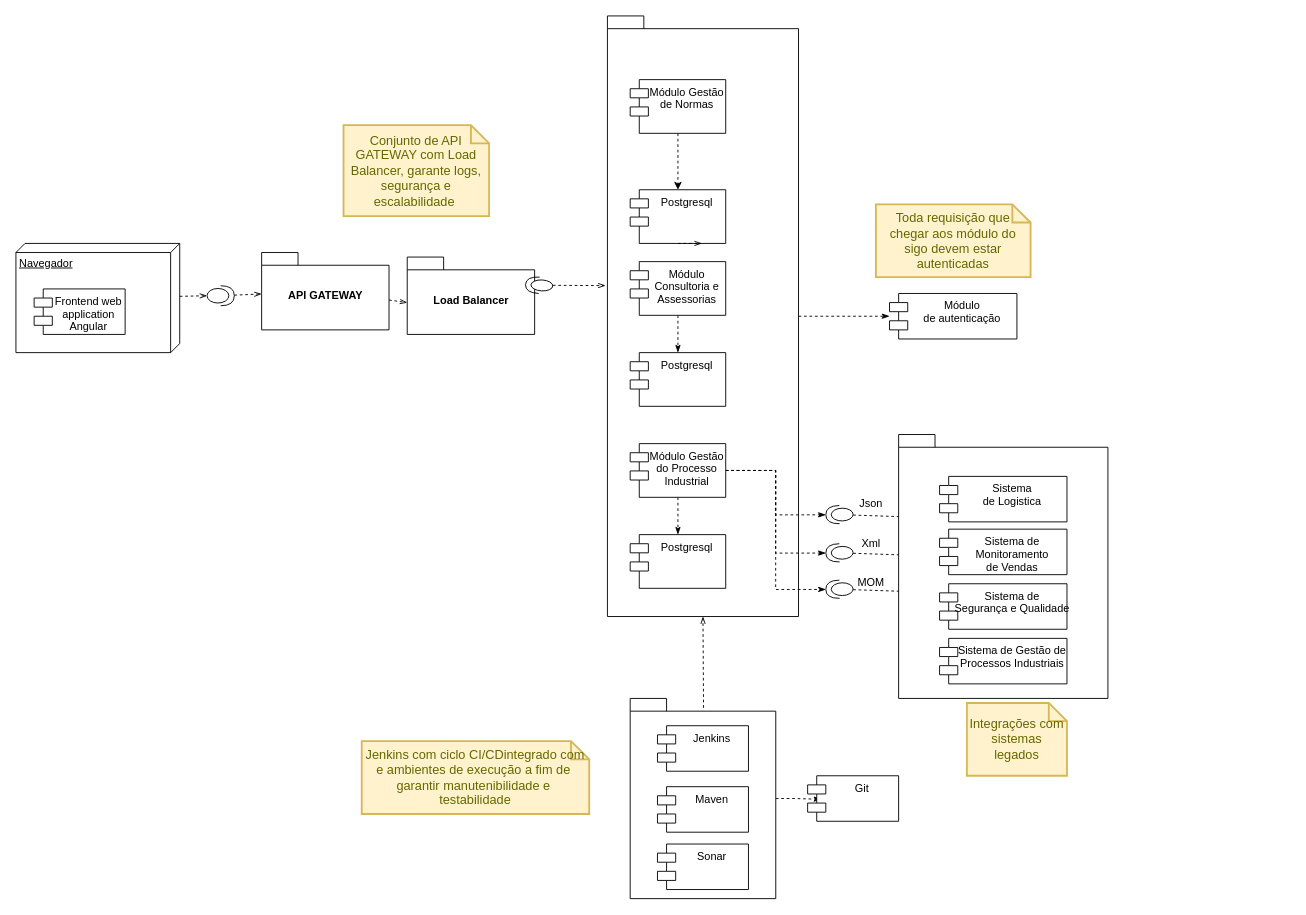
thallysfreed/arquitetura keeps this draw.io diagram as Diagrama de Componentes.drawio. Above is the earlier version. Source tidied: cells renumbered, new cells numbered last; positions are measured from the earlier drawing's top-left corner, leaving out a move shared by most shapes. Both pictures are drawn from the tidied source at 91%, with x=0, y=0 at pixel (15, 15).
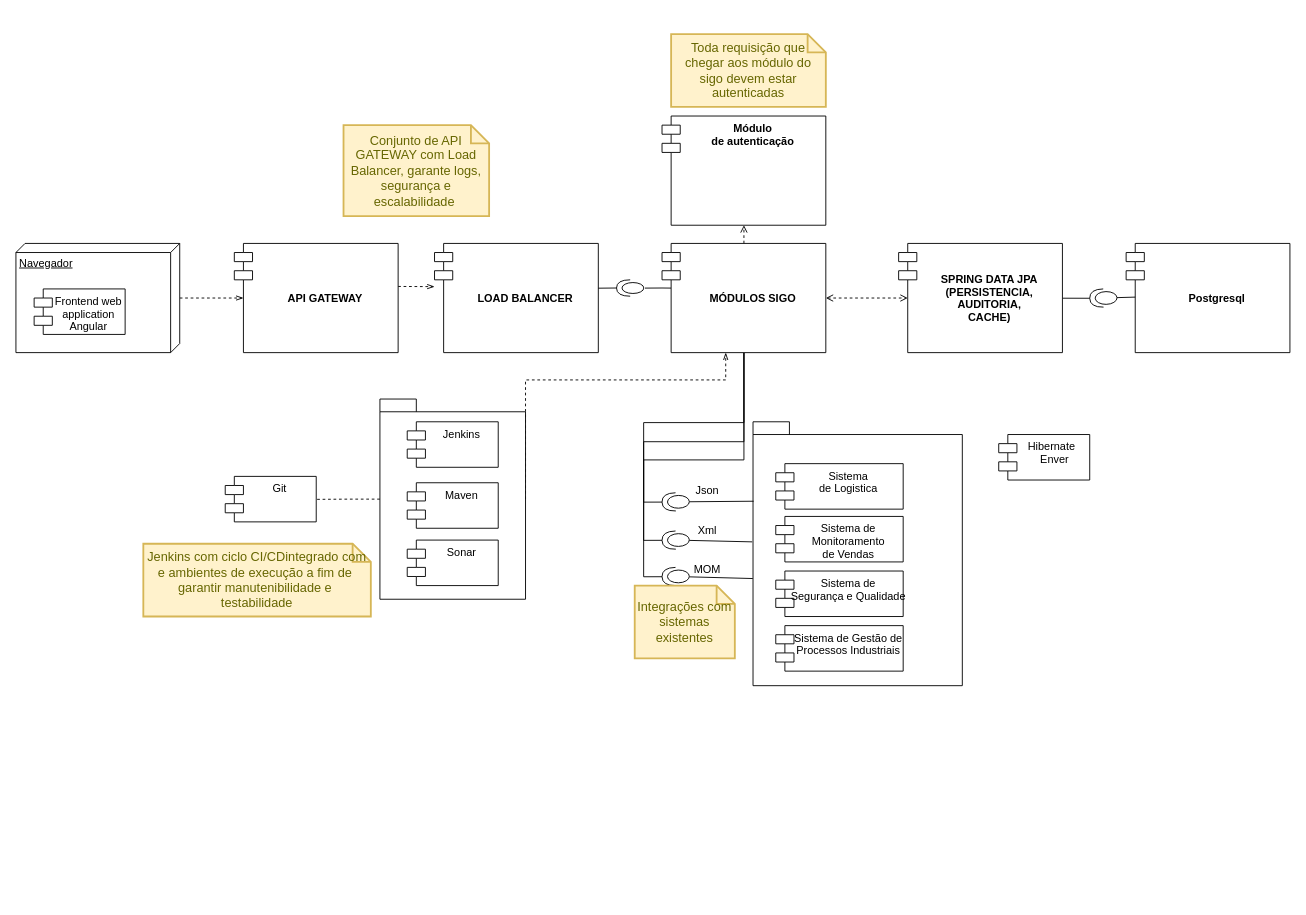
The same diagram, later.

Unchanged cells that the change refers to:
```xml
<mxCell id="4" value="Navegador" style="verticalAlign=top;align=left;spacingTop=8;spacingLeft=2;spacingRight=12;shape=cube;size=10;direction=south;fontStyle=4;html=1;" parent="1" vertex="1">
  <mxGeometry y="250" width="180" height="120" as="geometry" />
</mxCell>
```

Change to the diagram source:
```diff
@@
-    <mxCell id="3" style="edgeStyle=none;rounded=0;jettySize=auto;html=1;entryX=0;entryY=0.5;entryDx=0;entryDy=0;entryPerimeter=0;dashed=1;startArrow=none;startFill=0;endArrow=openThin;endFill=0;" parent="1" edge="1" source="4" target="54">
+    <mxCell id="3" style="edgeStyle=none;rounded=0;jettySize=auto;html=1;entryX=0;entryY=0.5;entryDx=10;entryDy=0;entryPerimeter=0;dashed=1;startArrow=none;startFill=0;endArrow=openThin;endFill=0;" parent="1" edge="1" source="4" target="52">
       <mxGeometry relative="1" as="geometry" />
     </mxCell>
@@
-    <mxCell id="7" value="Módulo &#10;de autenticação" style="shape=module;align=left;spacingLeft=20;align=center;verticalAlign=top;" parent="1" vertex="1">
-      <mxGeometry x="960" y="305" width="140" height="50" as="geometry" />
+    <mxCell id="7" value="Módulo &#10;de autenticação" style="shape=module;align=left;spacingLeft=20;align=center;verticalAlign=top;fontStyle=1;" parent="1" vertex="1">
+      <mxGeometry x="710" y="110" width="180" height="120" as="geometry" />
     </mxCell>
@@
-    <mxCell id="9" style="edgeStyle=none;rounded=0;jettySize=auto;html=1;entryX=0.5;entryY=1;entryDx=0;entryDy=0;entryPerimeter=0;dashed=1;startArrow=none;startFill=0;endArrow=openThin;endFill=0;exitX=0.504;exitY=0.047;exitDx=0;exitDy=0;exitPerimeter=0;" parent="1" edge="1" source="10" target="27">
-      <mxGeometry relative="1" as="geometry" />
+    <mxCell id="9" style="edgeStyle=orthogonalEdgeStyle;rounded=0;jettySize=auto;html=1;dashed=1;startArrow=none;startFill=0;endArrow=openThin;endFill=0;" parent="1" edge="1" target="29">
+      <mxGeometry relative="1" as="geometry">
+        <mxPoint x="560" y="531" as="sourcePoint" />
+        <Array as="points">
+          <mxPoint x="560" y="400" />
+          <mxPoint x="780" y="400" />
+        </Array>
+      </mxGeometry>
     </mxCell>
     <mxCell id="10" style="shape=folder;fontStyle=1;spacingTop=10;tabWidth=40;tabHeight=14;tabPosition=left;html=1;" parent="1" vertex="1">
-      <mxGeometry x="675" y="750" width="160" height="220" as="geometry" />
+      <mxGeometry x="400" y="421" width="160" height="220" as="geometry" />
     </mxCell>
     <mxCell id="11" value="Jenkins&#10;" style="shape=module;align=left;spacingLeft=20;align=center;verticalAlign=top;" parent="1" vertex="1">
-      <mxGeometry x="705" y="780" width="100" height="50" as="geometry" />
+      <mxGeometry x="430" y="446" width="100" height="50" as="geometry" />
     </mxCell>
     <mxCell id="12" value="Maven" style="shape=module;align=left;spacingLeft=20;align=center;verticalAlign=top;" parent="1" vertex="1">
-      <mxGeometry x="705" y="847" width="100" height="50" as="geometry" />
+      <mxGeometry x="430" y="513" width="100" height="50" as="geometry" />
     </mxCell>
     <mxCell id="13" value="Sonar" style="shape=module;align=left;spacingLeft=20;align=center;verticalAlign=top;" parent="1" vertex="1">
-      <mxGeometry x="705" y="910" width="100" height="50" as="geometry" />
+      <mxGeometry x="430" y="576" width="100" height="50" as="geometry" />
     </mxCell>
     <mxCell id="14" value="Git" style="shape=module;align=left;spacingLeft=20;align=center;verticalAlign=top;" parent="1" vertex="1">
-      <mxGeometry x="870" y="835" width="100" height="50" as="geometry" />
+      <mxGeometry x="230" y="506" width="100" height="50" as="geometry" />
     </mxCell>
     <mxCell id="15" style="shape=folder;fontStyle=1;spacingTop=10;tabWidth=40;tabHeight=14;tabPosition=left;html=1;" parent="1" vertex="1">
-      <mxGeometry x="970" y="460" width="230" height="290" as="geometry" />
+      <mxGeometry x="810" y="446" width="230" height="290" as="geometry" />
     </mxCell>
     <mxCell id="16" value="Sistema &#10;de Logistica" style="shape=module;align=left;spacingLeft=20;align=center;verticalAlign=top;" parent="1" vertex="1">
-      <mxGeometry x="1015" y="506" width="140" height="50" as="geometry" />
+      <mxGeometry x="835" y="492" width="140" height="50" as="geometry" />
     </mxCell>
     <mxCell id="17" value="Sistema de &#10;Monitoramento &#10;de Vendas" style="shape=module;align=left;spacingLeft=20;align=center;verticalAlign=top;" parent="1" vertex="1">
-      <mxGeometry x="1015" y="564" width="140" height="50" as="geometry" />
+      <mxGeometry x="835" y="550" width="140" height="50" as="geometry" />
     </mxCell>
     <mxCell id="18" value="Sistema de &#10;Segurança e Qualidade" style="shape=module;align=left;spacingLeft=20;align=center;verticalAlign=top;" parent="1" vertex="1">
-      <mxGeometry x="1015" y="624" width="140" height="50" as="geometry" />
+      <mxGeometry x="835" y="610" width="140" height="50" as="geometry" />
     </mxCell>
     <mxCell id="19" value="Sistema de Gestão de&#10;Processos Industriais&#10;" style="shape=module;align=left;spacingLeft=20;align=center;verticalAlign=top;" parent="1" vertex="1">
-      <mxGeometry x="1015" y="684" width="140" height="50" as="geometry" />
+      <mxGeometry x="835" y="670" width="140" height="50" as="geometry" />
     </mxCell>
-    <mxCell id="20" style="rounded=0;jettySize=auto;html=1;dashed=1;startArrow=none;startFill=0;endArrow=none;endFill=0;" parent="1" edge="1" source="21">
-      <mxGeometry relative="1" as="geometry">
-        <mxPoint x="970" y="550.2" as="targetPoint" />
-      </mxGeometry>
+    <mxCell id="20" style="rounded=0;jettySize=auto;html=1;startArrow=none;startFill=0;endArrow=none;endFill=0;entryX=0.003;entryY=0.301;entryDx=0;entryDy=0;entryPerimeter=0;" parent="1" edge="1" source="21" target="15">
+      <mxGeometry relative="1" as="geometry" />
     </mxCell>
     <mxCell id="21" style="shape=providedRequiredInterface;html=1;verticalLabelPosition=bottom;rotation=-1;direction=west;" parent="1" vertex="1">
-      <mxGeometry x="890" y="538" width="30" height="20" as="geometry" />
+      <mxGeometry x="710" y="524" width="30" height="20" as="geometry" />
     </mxCell>
-    <mxCell id="22" style="rounded=0;jettySize=auto;html=1;dashed=1;startArrow=none;startFill=0;endArrow=none;endFill=0;" parent="1" edge="1" source="23">
-      <mxGeometry relative="1" as="geometry">
-        <mxPoint x="970" y="592.2" as="targetPoint" />
-      </mxGeometry>
+    <mxCell id="22" style="rounded=0;jettySize=auto;html=1;startArrow=none;startFill=0;endArrow=none;endFill=0;entryX=-0.004;entryY=0.455;entryDx=0;entryDy=0;entryPerimeter=0;" parent="1" edge="1" source="23" target="15">
+      <mxGeometry relative="1" as="geometry" />
     </mxCell>
     <mxCell id="23" style="shape=providedRequiredInterface;html=1;verticalLabelPosition=bottom;rotation=-1;direction=west;" parent="1" vertex="1">
-      <mxGeometry x="890" y="580" width="30" height="20" as="geometry" />
+      <mxGeometry x="710" y="566" width="30" height="20" as="geometry" />
     </mxCell>
-    <mxCell id="24" style="rounded=0;jettySize=auto;html=1;dashed=1;startArrow=none;startFill=0;endArrow=none;endFill=0;" parent="1" edge="1" source="25">
-      <mxGeometry relative="1" as="geometry">
-        <mxPoint x="970" y="632.2" as="targetPoint" />
-      </mxGeometry>
+    <mxCell id="24" style="rounded=0;jettySize=auto;html=1;startArrow=none;startFill=0;endArrow=none;endFill=0;entryX=-0.001;entryY=0.594;entryDx=0;entryDy=0;entryPerimeter=0;" parent="1" edge="1" source="25" target="15">
+      <mxGeometry relative="1" as="geometry" />
     </mxCell>
     <mxCell id="25" style="shape=providedRequiredInterface;html=1;verticalLabelPosition=bottom;rotation=-1;direction=west;" parent="1" vertex="1">
-      <mxGeometry x="890" y="620" width="30" height="20" as="geometry" />
+      <mxGeometry x="710" y="606" width="30" height="20" as="geometry" />
     </mxCell>
-    <mxCell id="26" style="rounded=0;jettySize=auto;html=1;dashed=1;startArrow=none;startFill=0;endArrow=classicThin;endFill=1;" parent="1" edge="1" source="27" target="7">
-      <mxGeometry relative="1" as="geometry" />
-    </mxCell>
-    <mxCell id="27" style="shape=folder;fontStyle=1;spacingTop=10;tabWidth=40;tabHeight=14;tabPosition=left;html=1;" parent="1" vertex="1">
-      <mxGeometry x="650" width="210" height="660" as="geometry" />
-    </mxCell>
-    <mxCell id="28" style="edgeStyle=orthogonalEdgeStyle;rounded=0;jettySize=auto;html=1;dashed=1;" parent="1" edge="1" source="29" target="37">
-      <mxGeometry relative="1" as="geometry" />
-    </mxCell>
+    <mxCell id="57" style="edgeStyle=orthogonalEdgeStyle;rounded=0;jettySize=auto;html=1;entryX=1;entryY=0.5;entryDx=0;entryDy=0;entryPerimeter=0;startArrow=none;startFill=0;endArrow=none;endFill=0;" parent="1" edge="1" source="29" target="21">
+      <mxGeometry relative="1" as="geometry" />
+    </mxCell>
+    <mxCell id="58" style="edgeStyle=orthogonalEdgeStyle;rounded=0;jettySize=auto;html=1;entryX=1;entryY=0.5;entryDx=0;entryDy=0;entryPerimeter=0;startArrow=none;startFill=0;endArrow=none;endFill=0;" parent="1" edge="1" source="29" target="23">
+      <mxGeometry relative="1" as="geometry" />
+    </mxCell>
+    <mxCell id="59" style="edgeStyle=orthogonalEdgeStyle;rounded=0;jettySize=auto;html=1;entryX=1;entryY=0.5;entryDx=0;entryDy=0;entryPerimeter=0;startArrow=none;startFill=0;endArrow=none;endFill=0;" parent="1" edge="1" source="29" target="25">
+      <mxGeometry relative="1" as="geometry" />
+    </mxCell>
+    <mxCell id="60" style="rounded=0;orthogonalLoop=1;jettySize=auto;html=1;entryX=-0.043;entryY=0.382;entryDx=0;entryDy=0;entryPerimeter=0;startArrow=none;startFill=0;endArrow=none;endFill=0;exitX=0.056;exitY=0.426;exitDx=0;exitDy=0;exitPerimeter=0;" parent="1" edge="1">
+      <mxGeometry relative="1" as="geometry">
+        <mxPoint x="720.1" y="299.1" as="sourcePoint" />
+        <mxPoint x="691.3" y="299.1" as="targetPoint" />
+        <Array as="points">
+          <mxPoint x="710" y="299" />
+        </Array>
+      </mxGeometry>
+    </mxCell>
+    <mxCell id="61" style="edgeStyle=none;rounded=0;jettySize=auto;html=1;startArrow=none;startFill=0;endArrow=open;endFill=0;dashed=1;" parent="1" edge="1" source="29" target="7">
+      <mxGeometry relative="1" as="geometry" />
+    </mxCell>
+    <mxCell id="62" style="edgeStyle=none;rounded=0;jettySize=auto;html=1;startArrow=open;startFill=0;endArrow=open;endFill=0;entryX=0;entryY=0.5;entryDx=10;entryDy=0;entryPerimeter=0;dashed=1;" parent="1" edge="1" source="29" target="64">
+      <mxGeometry relative="1" as="geometry" />
+    </mxCell>
-    <mxCell id="29" value="Módulo Gestão&#10;de Normas" style="shape=module;align=left;spacingLeft=20;align=center;verticalAlign=top;" parent="1" vertex="1">
-      <mxGeometry x="675" y="70" width="105" height="59" as="geometry" />
+    <mxCell id="29" value="MÓDULOS SIGO" style="shape=module;align=left;spacingLeft=20;align=center;verticalAlign=middle;fontStyle=1;" parent="1" vertex="1">
+      <mxGeometry x="710" y="250" width="180" height="120" as="geometry" />
     </mxCell>
-    <mxCell id="30" style="edgeStyle=orthogonalEdgeStyle;rounded=0;jettySize=auto;html=1;dashed=1;startArrow=none;startFill=0;endArrow=classicThin;endFill=1;" parent="1" edge="1" source="31" target="38">
-      <mxGeometry relative="1" as="geometry" />
-    </mxCell>
-    <mxCell id="31" value="Módulo&#10;Consultoria e&#10;Assessorias" style="shape=module;align=left;spacingLeft=20;align=center;verticalAlign=top;" parent="1" vertex="1">
-      <mxGeometry x="675" y="270" width="105" height="59" as="geometry" />
-    </mxCell>
-    <mxCell id="32" style="edgeStyle=orthogonalEdgeStyle;rounded=0;jettySize=auto;html=1;dashed=1;startArrow=none;startFill=0;endArrow=classicThin;endFill=1;" parent="1" edge="1" source="36" target="39">
-      <mxGeometry relative="1" as="geometry" />
-    </mxCell>
-    <mxCell id="33" style="edgeStyle=orthogonalEdgeStyle;rounded=0;jettySize=auto;html=1;entryX=1;entryY=0.5;entryDx=0;entryDy=0;entryPerimeter=0;dashed=1;startArrow=none;startFill=0;endArrow=classicThin;endFill=1;" parent="1" edge="1" source="36" target="21">
-      <mxGeometry relative="1" as="geometry" />
-    </mxCell>
-    <mxCell id="34" style="edgeStyle=orthogonalEdgeStyle;rounded=0;jettySize=auto;html=1;entryX=1;entryY=0.5;entryDx=0;entryDy=0;entryPerimeter=0;dashed=1;startArrow=none;startFill=0;endArrow=classicThin;endFill=1;" parent="1" edge="1" source="36" target="23">
-      <mxGeometry relative="1" as="geometry" />
-    </mxCell>
-    <mxCell id="35" style="edgeStyle=orthogonalEdgeStyle;rounded=0;jettySize=auto;html=1;entryX=1;entryY=0.5;entryDx=0;entryDy=0;entryPerimeter=0;dashed=1;startArrow=none;startFill=0;endArrow=classicThin;endFill=1;" parent="1" edge="1" source="36" target="25">
-      <mxGeometry relative="1" as="geometry" />
-    </mxCell>
-    <mxCell id="36" value="Módulo Gestão&#10;do Processo&#10;Industrial" style="shape=module;align=left;spacingLeft=20;align=center;verticalAlign=top;" parent="1" vertex="1">
-      <mxGeometry x="675" y="470" width="105" height="59" as="geometry" />
-    </mxCell>
-    <mxCell id="37" value="Postgresql" style="shape=module;align=left;spacingLeft=20;align=center;verticalAlign=top;" parent="1" vertex="1">
-      <mxGeometry x="675" y="191" width="105" height="59" as="geometry" />
-    </mxCell>
-    <mxCell id="38" value="Postgresql" style="shape=module;align=left;spacingLeft=20;align=center;verticalAlign=top;" parent="1" vertex="1">
-      <mxGeometry x="675" y="370" width="105" height="59" as="geometry" />
-    </mxCell>
-    <mxCell id="39" value="Postgresql" style="shape=module;align=left;spacingLeft=20;align=center;verticalAlign=top;" parent="1" vertex="1">
-      <mxGeometry x="675" y="570" width="105" height="59" as="geometry" />
-    </mxCell>
-    <mxCell id="40" style="edgeStyle=none;rounded=0;jettySize=auto;html=1;dashed=1;startArrow=none;startFill=0;endArrow=openThin;endFill=0;" parent="1" edge="1" source="41" target="43">
-      <mxGeometry relative="1" as="geometry" />
-    </mxCell>
-    <mxCell id="41" value="Load Balancer" style="shape=folder;fontStyle=1;spacingTop=10;tabWidth=40;tabHeight=14;tabPosition=left;html=1;" parent="1" vertex="1">
-      <mxGeometry x="430" y="265" width="140" height="85" as="geometry" />
-    </mxCell>
-    <mxCell id="42" style="edgeStyle=none;rounded=0;jettySize=auto;html=1;entryX=-0.01;entryY=0.449;entryDx=0;entryDy=0;entryPerimeter=0;dashed=1;startArrow=none;startFill=0;endArrow=openThin;endFill=0;" parent="1" edge="1" source="43" target="27">
-      <mxGeometry relative="1" as="geometry" />
-    </mxCell>
-    <mxCell id="43" style="shape=providedRequiredInterface;html=1;verticalLabelPosition=bottom;rotation=3;direction=west;" parent="1" vertex="1">
-      <mxGeometry x="560" y="287" width="30" height="18" as="geometry" />
+    <mxCell id="43" style="shape=providedRequiredInterface;html=1;verticalLabelPosition=bottom;rotation=0;direction=west;" parent="1" vertex="1">
+      <mxGeometry x="660" y="290" width="30" height="18" as="geometry" />
     </mxCell>
     <mxCell id="44" value="Json" style="text;html=1;strokeColor=none;fillColor=none;align=center;verticalAlign=middle;whiteSpace=wrap;rounded=0;" parent="1" vertex="1">
-      <mxGeometry x="920" y="526" width="40" height="20" as="geometry" />
+      <mxGeometry x="740" y="512" width="40" height="20" as="geometry" />
     </mxCell>
     <mxCell id="45" value="Xml" style="text;html=1;strokeColor=none;fillColor=none;align=center;verticalAlign=middle;whiteSpace=wrap;rounded=0;" parent="1" vertex="1">
-      <mxGeometry x="920" y="570" width="40" height="20" as="geometry" />
+      <mxGeometry x="740" y="556" width="40" height="20" as="geometry" />
     </mxCell>
@@
     <mxCell id="47" value="MOM" style="text;html=1;strokeColor=none;fillColor=none;align=center;verticalAlign=middle;whiteSpace=wrap;rounded=0;" parent="1" vertex="1">
-      <mxGeometry x="920" y="612" width="40" height="22" as="geometry" />
+      <mxGeometry x="740" y="598" width="40" height="22" as="geometry" />
     </mxCell>
     <mxCell id="48" value="Toda requisição que chegar aos módulo do sigo devem estar autenticadas" style="shape=note;strokeWidth=2;fontSize=14;size=20;whiteSpace=wrap;html=1;fillColor=#fff2cc;strokeColor=#d6b656;fontColor=#666600;" parent="1" vertex="1">
-      <mxGeometry x="945" y="207" width="170" height="80" as="geometry" />
+      <mxGeometry x="720" y="20" width="170" height="80" as="geometry" />
     </mxCell>
@@
-    <mxCell id="50" value="Integrações com sistemas legados" style="shape=note;strokeWidth=2;fontSize=14;size=20;whiteSpace=wrap;html=1;fillColor=#fff2cc;strokeColor=#d6b656;fontColor=#666600;" parent="1" vertex="1">
-      <mxGeometry x="1045" y="755" width="110" height="80" as="geometry" />
+    <mxCell id="50" value="Integrações com sistemas existentes" style="shape=note;strokeWidth=2;fontSize=14;size=20;whiteSpace=wrap;html=1;fillColor=#fff2cc;strokeColor=#d6b656;fontColor=#666600;" parent="1" vertex="1">
+      <mxGeometry x="680" y="626" width="110" height="80" as="geometry" />
     </mxCell>
-    <mxCell id="51" style="edgeStyle=none;rounded=0;jettySize=auto;html=1;entryX=0;entryY=0;entryDx=0;entryDy=50;entryPerimeter=0;dashed=1;startArrow=none;startFill=0;endArrow=openThin;endFill=0;" parent="1" edge="1" source="52" target="41">
-      <mxGeometry relative="1" as="geometry" />
+    <mxCell id="51" style="edgeStyle=none;rounded=0;orthogonalLoop=1;jettySize=auto;html=1;entryX=0;entryY=0;entryDx=0;entryDy=50;entryPerimeter=0;dashed=1;startArrow=none;startFill=0;endArrow=openThin;endFill=0;" parent="1" edge="1">
+      <mxGeometry relative="1" as="geometry">
+        <mxPoint x="390" y="297.1" as="sourcePoint" />
+        <mxPoint x="460" y="297.5" as="targetPoint" />
+      </mxGeometry>
     </mxCell>
+    <mxCell id="55" value="Jenkins com ciclo CI/CDintegrado com e ambientes de execução a fim de&amp;nbsp;&lt;br&gt;garantir manutenibilidade e&amp;nbsp;&lt;br&gt;testabilidade" style="shape=note;strokeWidth=2;fontSize=14;size=20;whiteSpace=wrap;html=1;fillColor=#fff2cc;strokeColor=#d6b656;fontColor=#666600;" parent="1" vertex="1">
+      <mxGeometry x="140" y="580" width="250" height="80" as="geometry" />
+    </mxCell>
-    <mxCell id="52" value="API GATEWAY" style="shape=folder;fontStyle=1;spacingTop=10;tabWidth=40;tabHeight=14;tabPosition=left;html=1;" parent="1" vertex="1">
-      <mxGeometry x="270" y="260" width="140" height="85" as="geometry" />
+    <mxCell id="52" value="API GATEWAY" style="shape=module;align=left;spacingLeft=20;align=center;verticalAlign=middle;fontStyle=1;" parent="1" vertex="1">
+      <mxGeometry x="240" y="250" width="180" height="120" as="geometry" />
     </mxCell>
-    <mxCell id="53" style="edgeStyle=none;rounded=0;jettySize=auto;html=1;dashed=1;startArrow=none;startFill=0;endArrow=openThin;endFill=0;" parent="1" edge="1" source="54" target="52">
-      <mxGeometry relative="1" as="geometry" />
-    </mxCell>
-    <mxCell id="54" style="shape=providedRequiredInterface;html=1;verticalLabelPosition=bottom;rotation=-180;direction=west;" parent="1" vertex="1">
-      <mxGeometry x="210" y="296.5" width="30" height="22" as="geometry" />
-    </mxCell>
-    <mxCell id="55" value="Jenkins com ciclo CI/CDintegrado com e ambientes de execução a fim de&amp;nbsp;&lt;br&gt;garantir manutenibilidade e&amp;nbsp;&lt;br&gt;testabilidade" style="shape=note;strokeWidth=2;fontSize=14;size=20;whiteSpace=wrap;html=1;fillColor=#fff2cc;strokeColor=#d6b656;fontColor=#666600;" parent="1" vertex="1">
-      <mxGeometry x="380" y="797" width="250" height="80" as="geometry" />
-    </mxCell>
-    <mxCell id="56" style="edgeStyle=none;rounded=0;orthogonalLoop=1;jettySize=auto;html=1;exitX=0.5;exitY=1;exitDx=0;exitDy=0;entryX=0.75;entryY=1;entryDx=0;entryDy=0;dashed=1;startArrow=none;startFill=0;endArrow=openThin;endFill=0;" parent="1" edge="1" source="37" target="37">
-      <mxGeometry relative="1" as="geometry" />
-    </mxCell>
+    <mxCell id="63" style="edgeStyle=none;rounded=0;jettySize=auto;html=1;entryX=1;entryY=0.5;entryDx=0;entryDy=0;entryPerimeter=0;startArrow=none;startFill=0;endArrow=none;endFill=0;" parent="1" edge="1" source="64" target="70">
+      <mxGeometry relative="1" as="geometry" />
+    </mxCell>
+    <mxCell id="64" value="SPRING DATA JPA&#10;(PERSISTENCIA,&#10;AUDITORIA,&#10;CACHE)" style="shape=module;align=left;spacingLeft=20;align=center;verticalAlign=middle;fontStyle=1;" parent="1" vertex="1">
+      <mxGeometry x="970" y="250" width="180" height="120" as="geometry" />
+    </mxCell>
+    <mxCell id="65" value="Postgresql" style="shape=module;align=left;spacingLeft=20;align=center;verticalAlign=middle;fontStyle=1;" parent="1" vertex="1">
+      <mxGeometry x="1220" y="250" width="180" height="120" as="geometry" />
+    </mxCell>
+    <mxCell id="66" value="Hibernate &#10; Enver&#10;" style="shape=module;align=left;spacingLeft=20;align=center;verticalAlign=top;" parent="1" vertex="1">
+      <mxGeometry x="1080" y="460" width="100" height="50" as="geometry" />
+    </mxCell>
+    <mxCell id="67" style="edgeStyle=none;rounded=0;jettySize=auto;html=1;entryX=1;entryY=0.5;entryDx=0;entryDy=0;entryPerimeter=0;startArrow=none;startFill=0;endArrow=none;endFill=0;exitX=0.997;exitY=0.41;exitDx=0;exitDy=0;exitPerimeter=0;" parent="1" edge="1" source="68" target="43">
+      <mxGeometry relative="1" as="geometry" />
+    </mxCell>
+    <mxCell id="68" value="LOAD BALANCER" style="shape=module;align=left;spacingLeft=20;align=center;verticalAlign=middle;fontStyle=1;" parent="1" vertex="1">
+      <mxGeometry x="460" y="250" width="180" height="120" as="geometry" />
+    </mxCell>
+    <mxCell id="69" style="rounded=0;jettySize=auto;html=1;startArrow=none;startFill=0;endArrow=none;endFill=0;" parent="1" edge="1" source="70">
+      <mxGeometry relative="1" as="geometry">
+        <mxPoint x="1230" y="309" as="targetPoint" />
+      </mxGeometry>
+    </mxCell>
+    <mxCell id="70" style="shape=providedRequiredInterface;html=1;verticalLabelPosition=bottom;rotation=-1;direction=west;" parent="1" vertex="1">
+      <mxGeometry x="1180" y="300" width="30" height="20" as="geometry" />
+    </mxCell>
```
